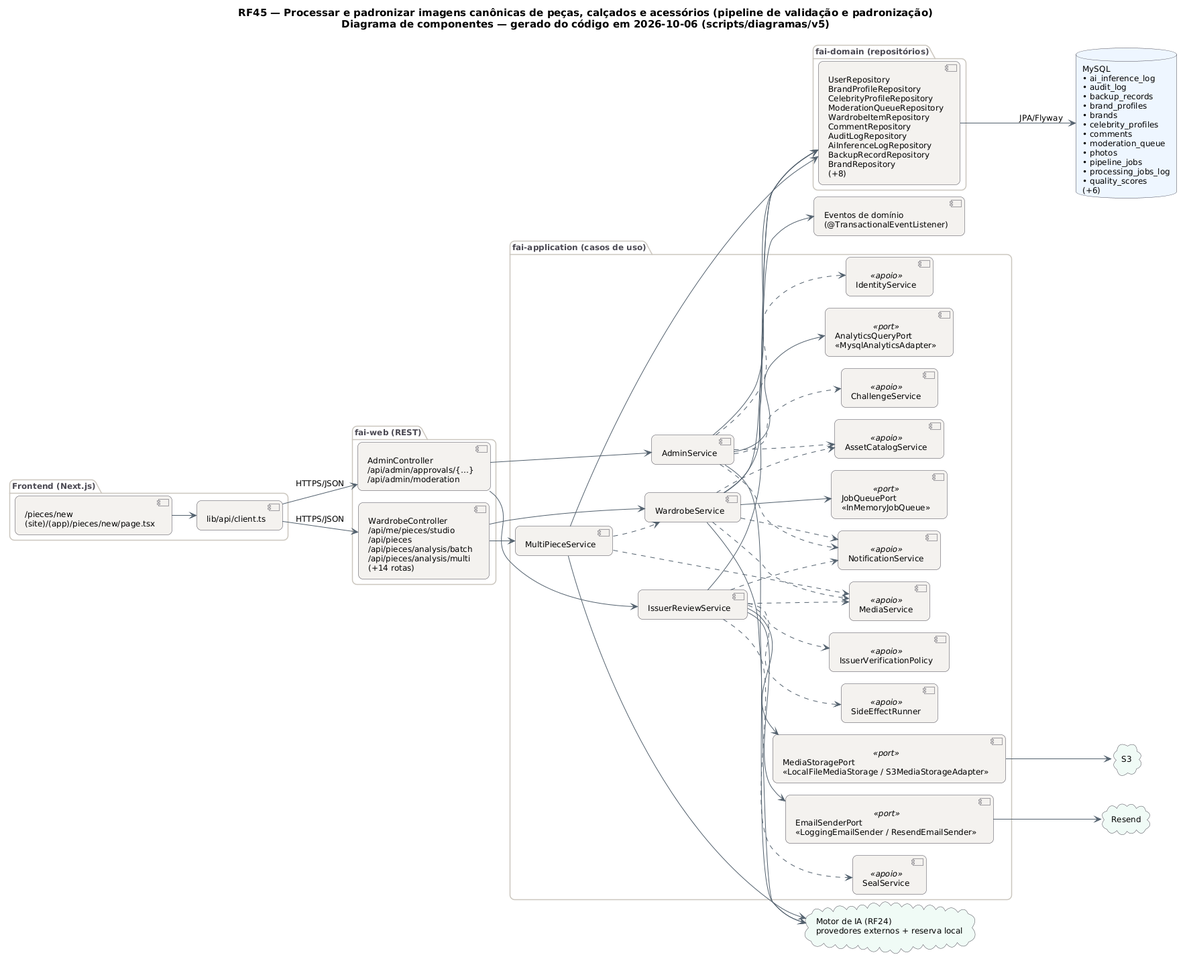
The PlantUML diagram docs/diagramas/RF45/RF45_Componentes.png in MatheusHaliski/tcc-2026-fashion-ai-backend, before a commit.
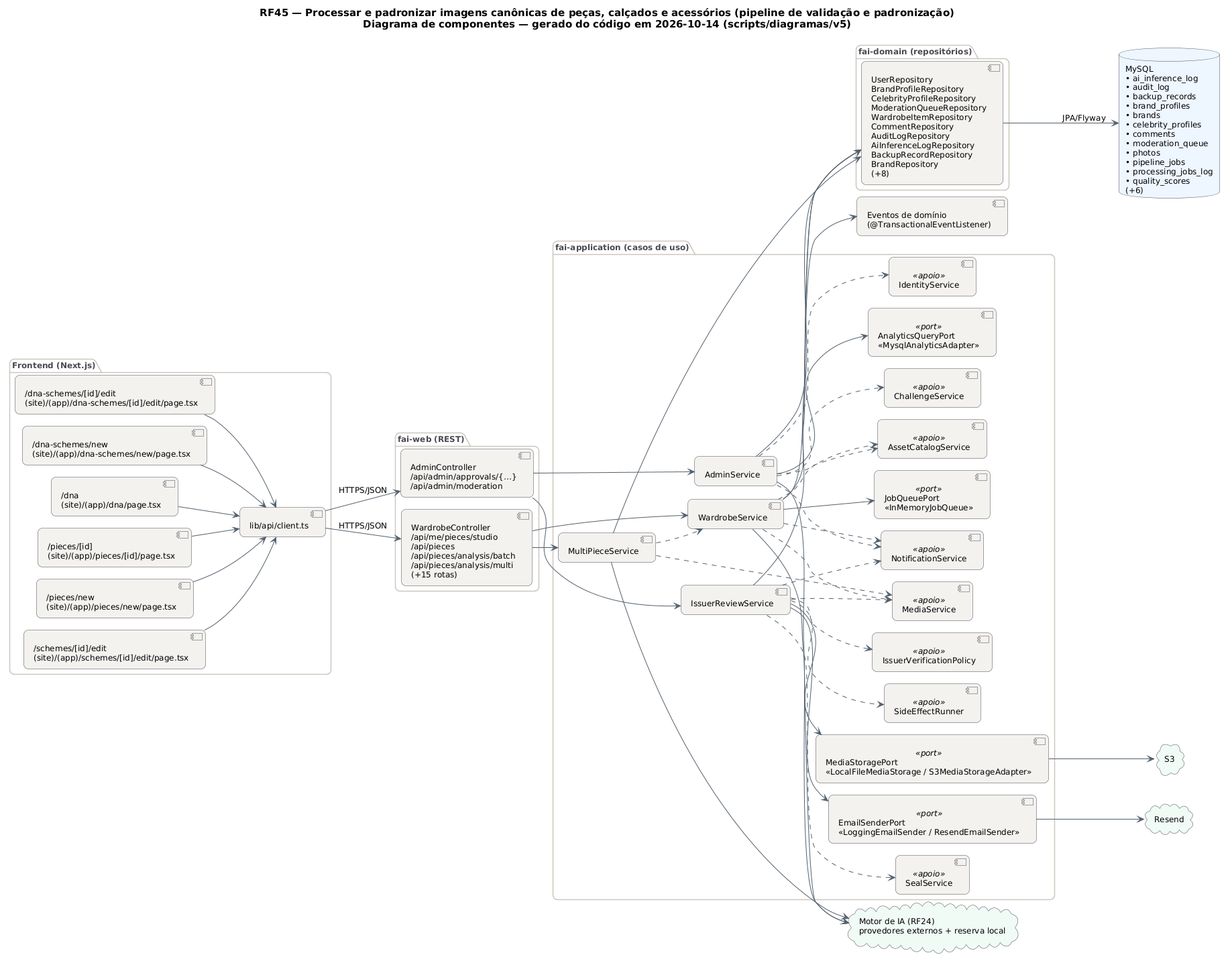
After the change.

What changed in the source:
```diff
@@ -29,15 +29,20 @@
   BorderColor #4A4852
 }
 left to right direction
-title RF45 — Processar e padronizar imagens canônicas de peças, calçados e acessórios (pipeline de validação e padronização)\nDiagrama de componentes — gerado do código em 2026-10-06 (scripts/diagramas/v5)
+title RF45 — Processar e padronizar imagens canônicas de peças, calçados e acessórios (pipeline de validação e padronização)\nDiagrama de componentes — gerado do código em 2026-10-14 (scripts/diagramas/v5)
 
 package "Frontend (Next.js)" {
-  component "/pieces/new\n(site)/(app)/pieces/new/page.tsx" as FE0
+  component "/dna-schemes/[id]/edit\n(site)/(app)/dna-schemes/[id]/edit/page.tsx" as FE0
+  component "/dna-schemes/new\n(site)/(app)/dna-schemes/new/page.tsx" as FE1
+  component "/dna\n(site)/(app)/dna/page.tsx" as FE2
+  component "/pieces/[id]\n(site)/(app)/pieces/[id]/page.tsx" as FE3
+  component "/pieces/new\n(site)/(app)/pieces/new/page.tsx" as FE4
+  component "/schemes/[id]/edit\n(site)/(app)/schemes/[id]/edit/page.tsx" as FE5
   component "lib/api/client.ts" as APIC
 }
 package "fai-web (REST)" {
   component "AdminController\n/api/admin/approvals/{…}\n/api/admin/moderation" as AdminController
-  component "WardrobeController\n/api/me/pieces/studio\n/api/pieces\n/api/pieces/analysis/batch\n/api/pieces/analysis/multi\n(+14 rotas)" as WardrobeController
+  component "WardrobeController\n/api/me/pieces/studio\n/api/pieces\n/api/pieces/analysis/batch\n/api/pieces/analysis/multi\n(+15 rotas)" as WardrobeController
 }
 package "fai-application (casos de uso)" {
   component "IssuerReviewService" as IssuerReviewService
@@ -78,6 +83,11 @@
 AdminService ..> NotificationService
 EmailSenderPort --> CL_Resend
 FE0 --> APIC
+FE1 --> APIC
+FE2 --> APIC
+FE3 --> APIC
+FE4 --> APIC
+FE5 --> APIC
 IssuerReviewService --> EmailSenderPort
 IssuerReviewService --> MediaStoragePort
 IssuerReviewService --> REPO_MySQL
```
